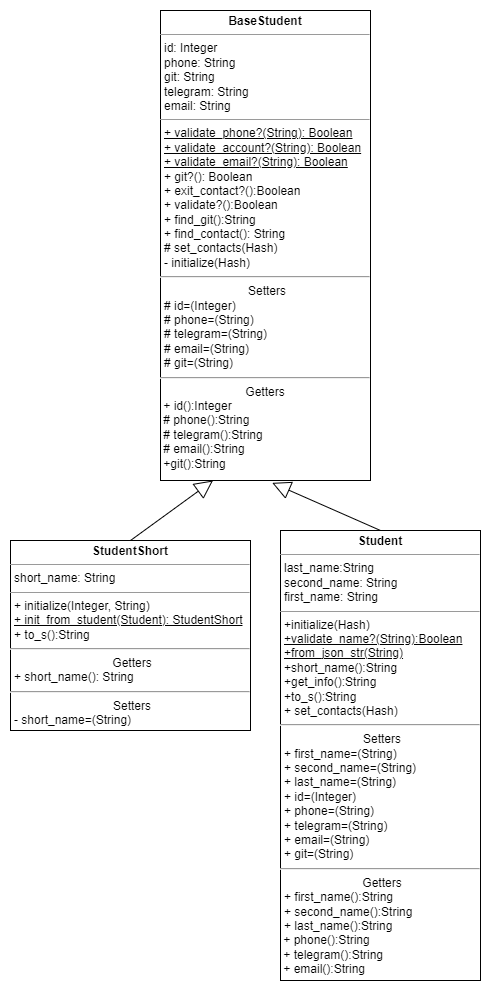
Earlier version of the draw.io export lab2/diagrams/student_diagr.png (rmyau/pattern_labs). Source tidied: cells renumbered, new cells last; positions are measured from the earlier drawing's top-left corner, leaving out a move shared by most shapes.
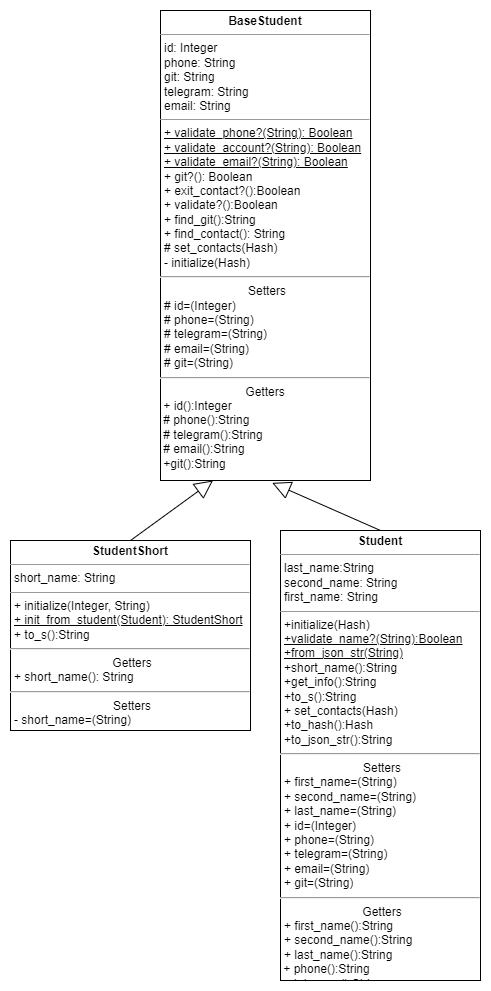
The same file after the commit.

Commit message:
Добавление методов to_hash и to_json_str в диаграмму

What changed in the source:
```diff
@@ -5,7 +5,7 @@
     <mxCell id="2" value="&lt;p style=&quot;margin:0px;margin-top:4px;text-align:center;&quot;&gt;&lt;b&gt;BaseStudent&lt;/b&gt;&lt;/p&gt;&lt;hr size=&quot;1&quot;&gt;&lt;p style=&quot;margin:0px;margin-left:4px;&quot;&gt;id: Integer&lt;/p&gt;&lt;p style=&quot;margin:0px;margin-left:4px;&quot;&gt;phone: String&lt;/p&gt;&lt;p style=&quot;margin:0px;margin-left:4px;&quot;&gt;git: String&lt;/p&gt;&lt;p style=&quot;margin:0px;margin-left:4px;&quot;&gt;telegram: String&lt;/p&gt;&lt;p style=&quot;margin:0px;margin-left:4px;&quot;&gt;email: String&lt;/p&gt;&lt;hr size=&quot;1&quot;&gt;&lt;p style=&quot;margin:0px;margin-left:4px;&quot;&gt;&lt;u&gt;+ validate_phone?(String): Boolean&lt;/u&gt;&lt;/p&gt;&lt;p style=&quot;margin:0px;margin-left:4px;&quot;&gt;&lt;u&gt;+ validate_account?(String): Boolean&lt;/u&gt;&lt;/p&gt;&lt;p style=&quot;margin:0px;margin-left:4px;&quot;&gt;&lt;u&gt;+ validate_email?(String): Boolean&lt;/u&gt;&lt;/p&gt;&lt;p style=&quot;margin:0px;margin-left:4px;&quot;&gt;+ git?(): Boolean&lt;/p&gt;&lt;p style=&quot;margin:0px;margin-left:4px;&quot;&gt;+ exit_contact?():Boolean&lt;/p&gt;&lt;p style=&quot;margin:0px;margin-left:4px;&quot;&gt;+ validate?():Boolean&lt;/p&gt;&lt;p style=&quot;margin:0px;margin-left:4px;&quot;&gt;+ find_git():String&lt;/p&gt;&lt;p style=&quot;margin:0px;margin-left:4px;&quot;&gt;+ find_contact(): String&lt;/p&gt;&lt;p style=&quot;margin:0px;margin-left:4px;&quot;&gt;# set_contacts(Hash)&lt;/p&gt;&lt;p style=&quot;margin:0px;margin-left:4px;&quot;&gt;- initialize(Hash)&lt;/p&gt;&lt;hr&gt;&lt;p style=&quot;text-align: center; margin: 0px 0px 0px 4px;&quot;&gt;Setters&lt;/p&gt;&lt;p style=&quot;margin: 0px 0px 0px 4px;&quot;&gt;# id=(Integer)&lt;/p&gt;&lt;p style=&quot;margin: 0px 0px 0px 4px;&quot;&gt;# phone=(String)&lt;/p&gt;&lt;p style=&quot;margin: 0px 0px 0px 4px;&quot;&gt;# telegram=(String)&lt;/p&gt;&lt;p style=&quot;margin: 0px 0px 0px 4px;&quot;&gt;# email=(String)&lt;/p&gt;&lt;p style=&quot;margin: 0px 0px 0px 4px;&quot;&gt;# git=(String)&lt;/p&gt;&lt;hr&gt;&lt;div style=&quot;text-align: center;&quot;&gt;&lt;span style=&quot;background-color: initial;&quot;&gt;Getters&lt;/span&gt;&lt;/div&gt;&lt;div style=&quot;&quot;&gt;&lt;span style=&quot;background-color: initial;&quot;&gt;&amp;nbsp;+ id():Integer&lt;/span&gt;&lt;/div&gt;&lt;div style=&quot;&quot;&gt;&amp;nbsp;# phone():String&lt;/div&gt;&lt;div style=&quot;&quot;&gt;&amp;nbsp;# telegram():String&lt;/div&gt;&lt;div style=&quot;&quot;&gt;&amp;nbsp;# email():String&lt;/div&gt;&lt;div style=&quot;&quot;&gt;&amp;nbsp;+git():String&lt;/div&gt;&lt;div style=&quot;&quot;&gt;&lt;br&gt;&lt;/div&gt;&lt;div style=&quot;&quot;&gt;&lt;br&gt;&lt;/div&gt;&lt;div style=&quot;&quot;&gt;&lt;span style=&quot;background-color: initial;&quot;&gt;&lt;br&gt;&lt;/span&gt;&lt;/div&gt;" style="verticalAlign=top;align=left;overflow=fill;fontSize=12;fontFamily=Helvetica;html=1;whiteSpace=wrap;" parent="1" vertex="1">
       <mxGeometry x="150" width="210" height="470" as="geometry" />
     </mxCell>
-    <mxCell id="3" value="&lt;p style=&quot;margin:0px;margin-top:4px;text-align:center;&quot;&gt;&lt;b&gt;Student&lt;/b&gt;&lt;/p&gt;&lt;hr size=&quot;1&quot;&gt;&lt;p style=&quot;margin:0px;margin-left:4px;&quot;&gt;last_name:String&lt;/p&gt;&lt;p style=&quot;margin:0px;margin-left:4px;&quot;&gt;second_name: String&lt;/p&gt;&lt;p style=&quot;margin:0px;margin-left:4px;&quot;&gt;first_name: String&lt;/p&gt;&lt;hr size=&quot;1&quot;&gt;&lt;p style=&quot;margin:0px;margin-left:4px;&quot;&gt;+initialize(Hash)&lt;/p&gt;&lt;p style=&quot;margin:0px;margin-left:4px;&quot;&gt;&lt;u&gt;+validate_name?(String):Boolean&lt;/u&gt;&lt;/p&gt;&lt;p style=&quot;margin:0px;margin-left:4px;&quot;&gt;&lt;u&gt;+from_json_str(String)&lt;/u&gt;&lt;/p&gt;&lt;p style=&quot;margin:0px;margin-left:4px;&quot;&gt;+short_name():String&lt;/p&gt;&lt;p style=&quot;margin:0px;margin-left:4px;&quot;&gt;+get_info():String&lt;/p&gt;&lt;p style=&quot;margin:0px;margin-left:4px;&quot;&gt;+to_s():String&lt;/p&gt;&lt;p style=&quot;margin:0px;margin-left:4px;&quot;&gt;+ set_contacts(Hash)&lt;br&gt;&lt;/p&gt;&lt;hr&gt;&lt;p style=&quot;text-align: center; margin: 0px 0px 0px 4px;&quot;&gt;Setters&lt;/p&gt;&lt;p style=&quot;margin:0px;margin-left:4px;&quot;&gt;+ first_name=(String)&lt;/p&gt;&lt;p style=&quot;margin:0px;margin-left:4px;&quot;&gt;+ second_name=(String)&lt;/p&gt;&lt;p style=&quot;margin:0px;margin-left:4px;&quot;&gt;+ last_name=(String)&lt;/p&gt;&lt;p style=&quot;border-color: var(--border-color); margin: 0px 0px 0px 4px;&quot;&gt;+ id=(Integer)&lt;/p&gt;&lt;p style=&quot;border-color: var(--border-color); margin: 0px 0px 0px 4px;&quot;&gt;+ phone=(String)&lt;/p&gt;&lt;p style=&quot;border-color: var(--border-color); margin: 0px 0px 0px 4px;&quot;&gt;+ telegram=(String)&lt;/p&gt;&lt;p style=&quot;border-color: var(--border-color); margin: 0px 0px 0px 4px;&quot;&gt;+ email=(String)&lt;/p&gt;&lt;p style=&quot;border-color: var(--border-color); margin: 0px 0px 0px 4px;&quot;&gt;+ git=(String)&lt;/p&gt;&lt;hr&gt;&lt;p style=&quot;text-align: center; margin: 0px 0px 0px 4px;&quot;&gt;Getters&lt;/p&gt;&lt;p style=&quot;margin:0px;margin-left:4px;&quot;&gt;+ first_name():String&lt;/p&gt;&lt;p style=&quot;margin:0px;margin-left:4px;&quot;&gt;+ second_name():String&lt;/p&gt;&lt;p style=&quot;margin:0px;margin-left:4px;&quot;&gt;+ last_name():String&lt;/p&gt;&lt;div style=&quot;border-color: var(--border-color);&quot;&gt;&amp;nbsp;+ phone():String&lt;/div&gt;&lt;div style=&quot;border-color: var(--border-color);&quot;&gt;&amp;nbsp;+ telegram():String&lt;/div&gt;&lt;div style=&quot;border-color: var(--border-color);&quot;&gt;&amp;nbsp;+ email():String&lt;/div&gt;&lt;p style=&quot;margin:0px;margin-left:4px;&quot;&gt;&lt;br&gt;&lt;/p&gt;" style="verticalAlign=top;align=left;overflow=fill;fontSize=12;fontFamily=Helvetica;html=1;whiteSpace=wrap;" parent="1" vertex="1">
+    <mxCell id="3" value="&lt;p style=&quot;margin:0px;margin-top:4px;text-align:center;&quot;&gt;&lt;b&gt;Student&lt;/b&gt;&lt;/p&gt;&lt;hr size=&quot;1&quot;&gt;&lt;p style=&quot;margin:0px;margin-left:4px;&quot;&gt;last_name:String&lt;/p&gt;&lt;p style=&quot;margin:0px;margin-left:4px;&quot;&gt;second_name: String&lt;/p&gt;&lt;p style=&quot;margin:0px;margin-left:4px;&quot;&gt;first_name: String&lt;/p&gt;&lt;hr size=&quot;1&quot;&gt;&lt;p style=&quot;margin:0px;margin-left:4px;&quot;&gt;+initialize(Hash)&lt;/p&gt;&lt;p style=&quot;margin:0px;margin-left:4px;&quot;&gt;&lt;u&gt;+validate_name?(String):Boolean&lt;/u&gt;&lt;/p&gt;&lt;p style=&quot;margin:0px;margin-left:4px;&quot;&gt;&lt;u&gt;+from_json_str(String)&lt;/u&gt;&lt;/p&gt;&lt;p style=&quot;margin:0px;margin-left:4px;&quot;&gt;+short_name():String&lt;/p&gt;&lt;p style=&quot;margin:0px;margin-left:4px;&quot;&gt;+get_info():String&lt;/p&gt;&lt;p style=&quot;margin:0px;margin-left:4px;&quot;&gt;+to_s():String&lt;/p&gt;&lt;p style=&quot;margin:0px;margin-left:4px;&quot;&gt;+ set_contacts(Hash)&lt;br&gt;&lt;/p&gt;&lt;p style=&quot;margin:0px;margin-left:4px;&quot;&gt;+to_hash():Hash&lt;/p&gt;&lt;p style=&quot;margin:0px;margin-left:4px;&quot;&gt;+to_json_str():String&lt;/p&gt;&lt;hr&gt;&lt;p style=&quot;text-align: center; margin: 0px 0px 0px 4px;&quot;&gt;Setters&lt;/p&gt;&lt;p style=&quot;margin:0px;margin-left:4px;&quot;&gt;+ first_name=(String)&lt;/p&gt;&lt;p style=&quot;margin:0px;margin-left:4px;&quot;&gt;+ second_name=(String)&lt;/p&gt;&lt;p style=&quot;margin:0px;margin-left:4px;&quot;&gt;+ last_name=(String)&lt;/p&gt;&lt;p style=&quot;border-color: var(--border-color); margin: 0px 0px 0px 4px;&quot;&gt;+ id=(Integer)&lt;/p&gt;&lt;p style=&quot;border-color: var(--border-color); margin: 0px 0px 0px 4px;&quot;&gt;+ phone=(String)&lt;/p&gt;&lt;p style=&quot;border-color: var(--border-color); margin: 0px 0px 0px 4px;&quot;&gt;+ telegram=(String)&lt;/p&gt;&lt;p style=&quot;border-color: var(--border-color); margin: 0px 0px 0px 4px;&quot;&gt;+ email=(String)&lt;/p&gt;&lt;p style=&quot;border-color: var(--border-color); margin: 0px 0px 0px 4px;&quot;&gt;+ git=(String)&lt;/p&gt;&lt;hr&gt;&lt;p style=&quot;text-align: center; margin: 0px 0px 0px 4px;&quot;&gt;Getters&lt;/p&gt;&lt;p style=&quot;margin:0px;margin-left:4px;&quot;&gt;+ first_name():String&lt;/p&gt;&lt;p style=&quot;margin:0px;margin-left:4px;&quot;&gt;+ second_name():String&lt;/p&gt;&lt;p style=&quot;margin:0px;margin-left:4px;&quot;&gt;+ last_name():String&lt;/p&gt;&lt;div style=&quot;border-color: var(--border-color);&quot;&gt;&amp;nbsp;+ phone():String&lt;/div&gt;&lt;div style=&quot;border-color: var(--border-color);&quot;&gt;&amp;nbsp;+ telegram():String&lt;/div&gt;&lt;div style=&quot;border-color: var(--border-color);&quot;&gt;&amp;nbsp;+ email():String&lt;/div&gt;&lt;p style=&quot;margin:0px;margin-left:4px;&quot;&gt;&lt;br&gt;&lt;/p&gt;" style="verticalAlign=top;align=left;overflow=fill;fontSize=12;fontFamily=Helvetica;html=1;whiteSpace=wrap;" parent="1" vertex="1">
       <mxGeometry x="270" y="520" width="200" height="450" as="geometry" />
     </mxCell>
     <mxCell id="4" value="Extends" style="endArrow=block;endSize=16;endFill=0;html=1;rounded=0;entryX=0.532;entryY=1.005;entryDx=0;entryDy=0;entryPerimeter=0;textOpacity=0;exitX=0.5;exitY=0;exitDx=0;exitDy=0;" parent="1" edge="1" source="3" target="2">
```
